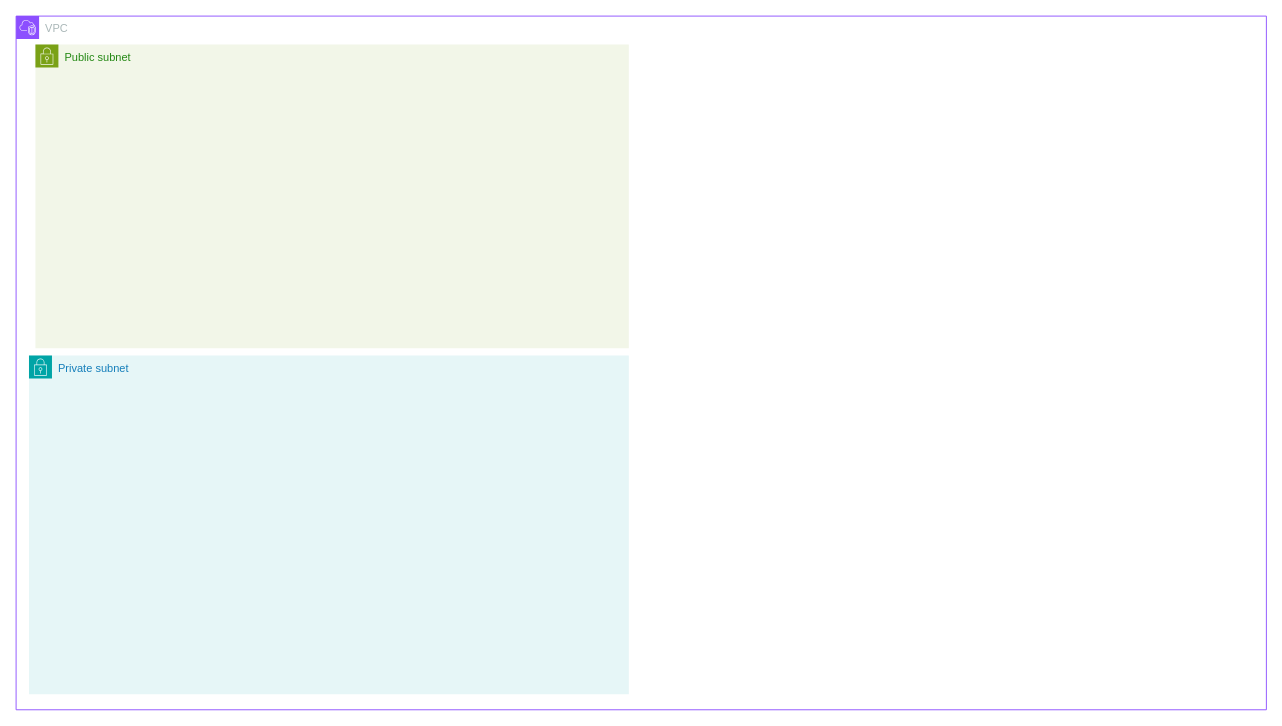
Earlier version of the draw.io diagram page "VPC Diagram" (8 of 8) of Everytable_Draft_Diagrams.drawio (alexrsunrise/diagrams). Source tidied: cells renumbered, new cells numbered last; positions are measured from the earlier drawing's top-left corner, leaving out a move shared by most shapes. Both pictures are drawn from the tidied source at 92%, with x=0, y=0 at pixel (16, 16).
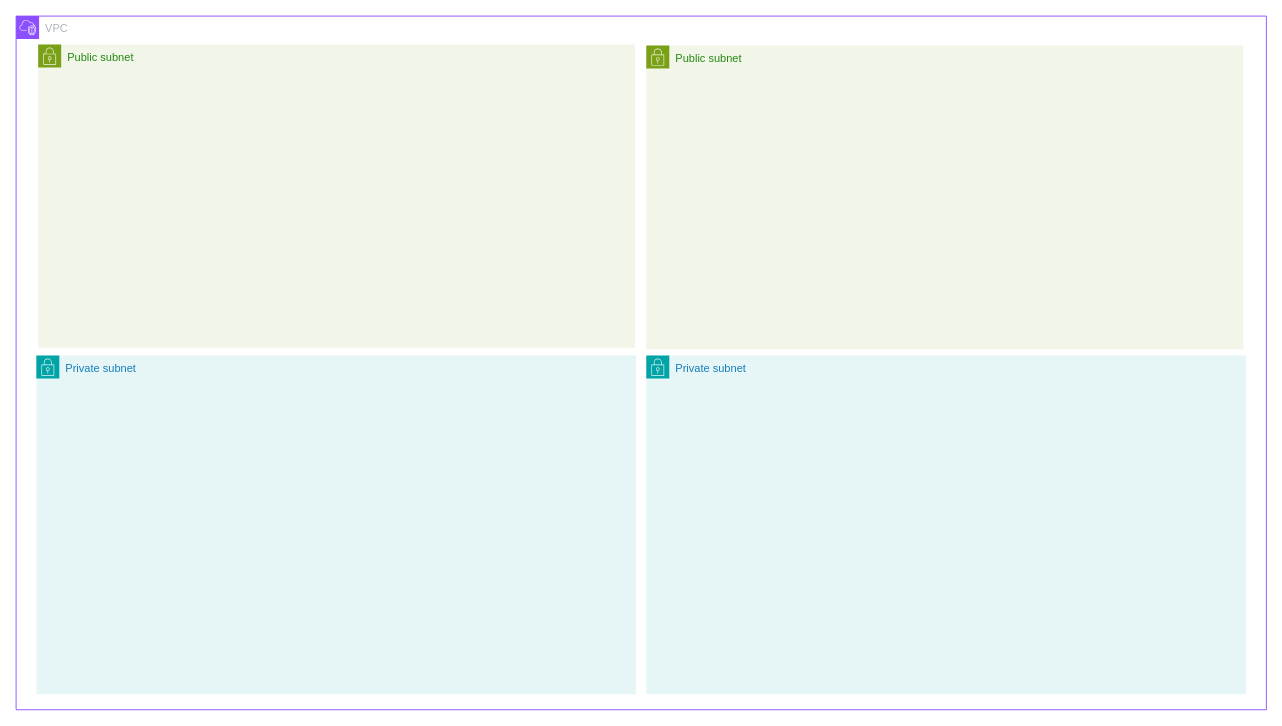
After the change.

Change to the diagram source:
```diff
@@
 <mxGraphModel>
   <root>
     <mxCell id="0" />
     <mxCell id="1" parent="0" />
     <mxCell id="2" value="VPC" style="gradientColor=none;html=1;whiteSpace=wrap;fontSize=12;fontStyle=0;shape=mxgraph.aws4.group;grIcon=mxgraph.aws4.group_vpc2;strokeColor=#8C4FFF;fillColor=none;verticalAlign=top;align=left;spacingLeft=30;fontColor=#AAB7B8;dashed=0;" parent="1" vertex="1">
       <mxGeometry width="1359" height="754" as="geometry" />
     </mxCell>
     <mxCell id="3" value="Private subnet" style="gradientColor=none;html=1;whiteSpace=wrap;fontSize=12;fontStyle=0;shape=mxgraph.aws4.group;grIcon=mxgraph.aws4.group_security_group;grStroke=0;strokeColor=#00A4A6;fillColor=#E6F6F7;verticalAlign=top;align=left;spacingLeft=30;fontColor=#147EBA;dashed=0;" parent="2" vertex="1">
-      <mxGeometry x="14" y="369" width="652" height="368" as="geometry" />
+      <mxGeometry x="22" y="369" width="652" height="368" as="geometry" />
     </mxCell>
     <mxCell id="4" value="Public subnet" style="gradientColor=none;html=1;whiteSpace=wrap;fontSize=12;fontStyle=0;shape=mxgraph.aws4.group;grIcon=mxgraph.aws4.group_security_group;grStroke=0;strokeColor=#7AA116;fillColor=#F2F6E8;verticalAlign=top;align=left;spacingLeft=30;fontColor=#248814;dashed=0;" parent="2" vertex="1">
-      <mxGeometry x="21" y="31" width="645" height="330" as="geometry" />
+      <mxGeometry x="24" y="31" width="649" height="330" as="geometry" />
     </mxCell>
+    <mxCell id="5" value="Public subnet" style="gradientColor=none;html=1;whiteSpace=wrap;fontSize=12;fontStyle=0;shape=mxgraph.aws4.group;grIcon=mxgraph.aws4.group_security_group;grStroke=0;strokeColor=#7AA116;fillColor=#F2F6E8;verticalAlign=top;align=left;spacingLeft=30;fontColor=#248814;dashed=0;" parent="2" vertex="1">
+      <mxGeometry x="685" y="32" width="649" height="330" as="geometry" />
+    </mxCell>
+    <mxCell id="6" value="Private subnet" style="gradientColor=none;html=1;whiteSpace=wrap;fontSize=12;fontStyle=0;shape=mxgraph.aws4.group;grIcon=mxgraph.aws4.group_security_group;grStroke=0;strokeColor=#00A4A6;fillColor=#E6F6F7;verticalAlign=top;align=left;spacingLeft=30;fontColor=#147EBA;dashed=0;" parent="2" vertex="1">
+      <mxGeometry x="685" y="369" width="652" height="368" as="geometry" />
+    </mxCell>
   </root>
 </mxGraphModel>
```
